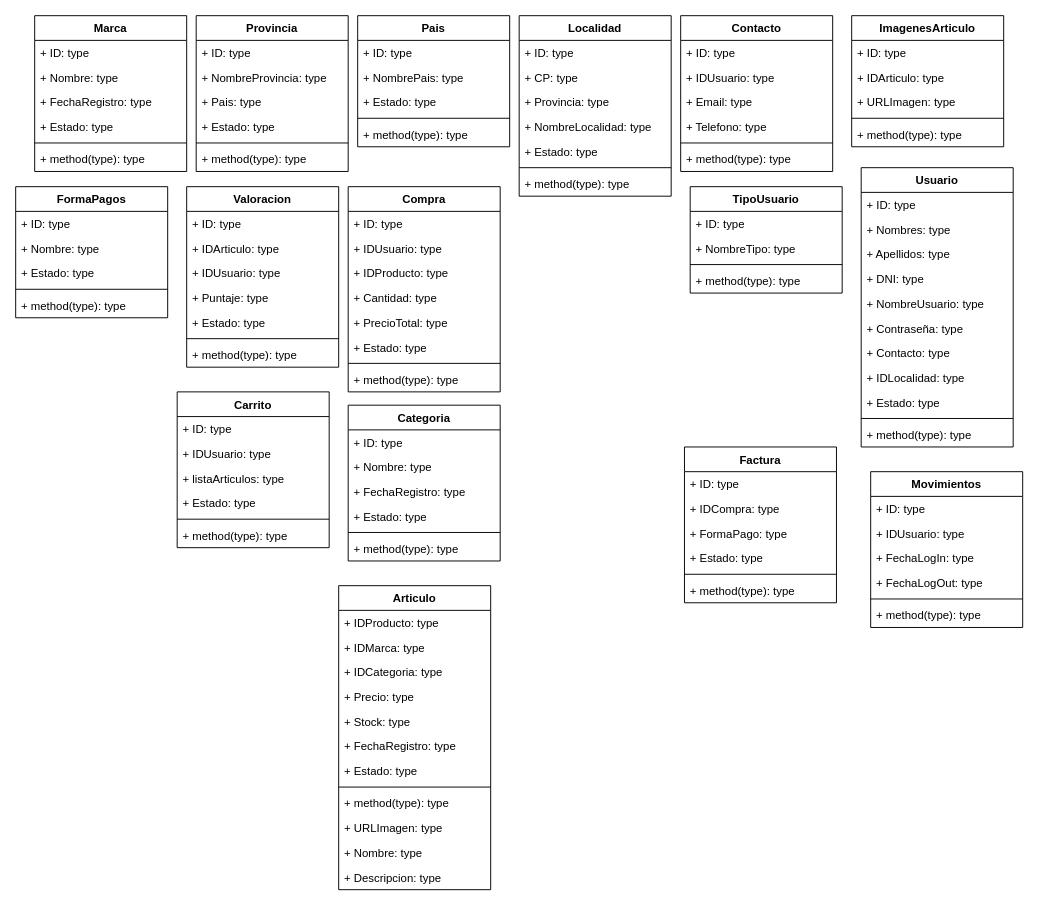
Above: UML_Ecommerce_2022.drawio in lgomezcaballero/-Programacionlll_Ecommerce (draw.io), before the change. Source tidied: cells renumbered, new cells numbered last; positions are measured from the earlier drawing's top-left corner, leaving out a move shared by most shapes. Both pictures are drawn from the tidied source at 95%, with x=0, y=0 at pixel (15, 15).
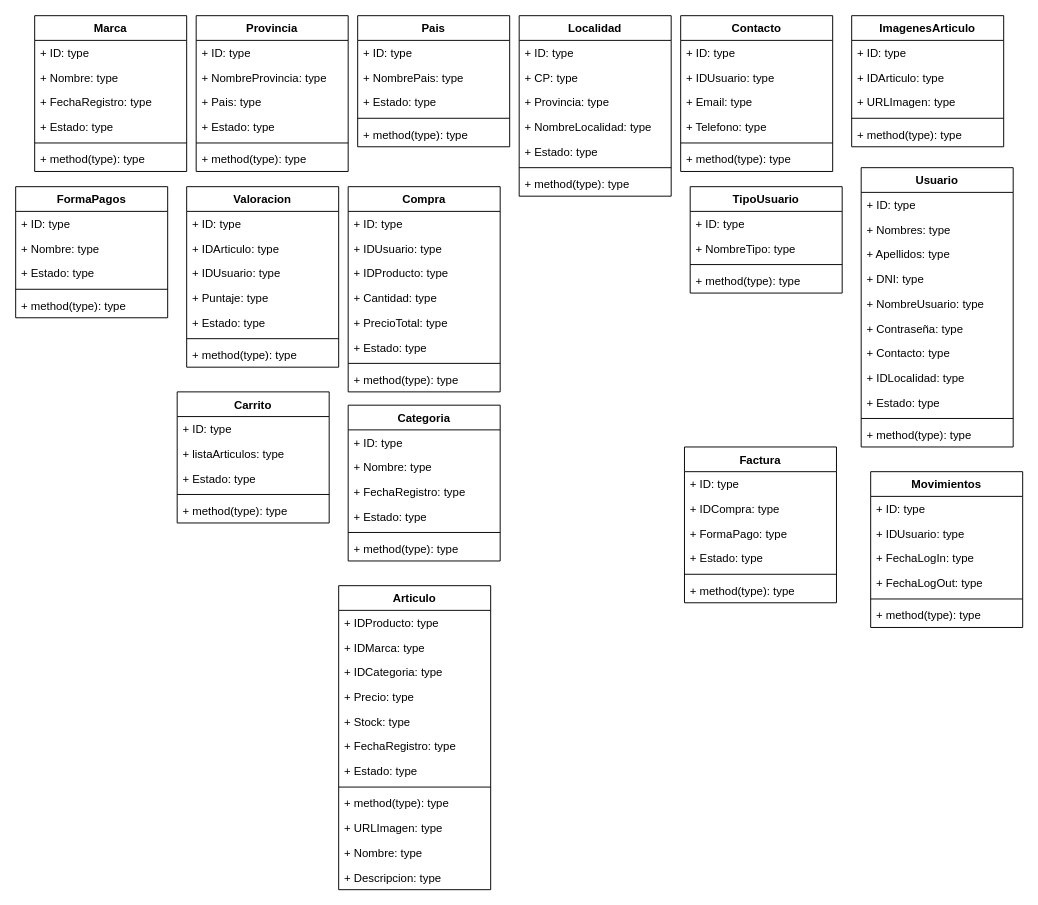
The same diagram, later.

Change to the diagram source:
```diff
@@
     <mxCell id="29" value="Carrito" style="swimlane;fontStyle=1;align=center;verticalAlign=top;horizontal=1;startSize=26;" parent="1" vertex="1">
-      <mxGeometry x="170" y="396" width="160" height="164" as="geometry" />
+      <mxGeometry x="170" y="396" width="160" height="138" as="geometry" />
     </mxCell>
@@
-    <mxCell id="31" value="+ IDUsuario: type" style="text;strokeColor=none;fillColor=none;align=left;verticalAlign=top;spacingLeft=4;spacingRight=4;overflow=hidden;" parent="29" vertex="1">
-      <mxGeometry y="52" width="160" height="26" as="geometry" />
-    </mxCell>
     <mxCell id="32" value="+ listaArticulos: type" style="text;strokeColor=none;fillColor=none;align=left;verticalAlign=top;spacingLeft=4;spacingRight=4;overflow=hidden;" parent="29" vertex="1">
-      <mxGeometry y="78" width="160" height="26" as="geometry" />
+      <mxGeometry y="52" width="160" height="26" as="geometry" />
     </mxCell>
     <mxCell id="33" value="+ Estado: type" style="text;strokeColor=none;fillColor=none;align=left;verticalAlign=top;spacingLeft=4;spacingRight=4;overflow=hidden;" parent="29" vertex="1">
-      <mxGeometry y="104" width="160" height="26" as="geometry" />
+      <mxGeometry y="78" width="160" height="26" as="geometry" />
     </mxCell>
     <mxCell id="34" style="line;strokeWidth=1;fillColor=none;align=left;verticalAlign=middle;spacingTop=-1;spacingLeft=3;spacingRight=3;labelPosition=right;" parent="29" vertex="1">
-      <mxGeometry y="130" width="160" height="8" as="geometry" />
+      <mxGeometry y="104" width="160" height="8" as="geometry" />
     </mxCell>
     <mxCell id="35" value="+ method(type): type" style="text;strokeColor=none;fillColor=none;align=left;verticalAlign=top;spacingLeft=4;spacingRight=4;overflow=hidden;" parent="29" vertex="1">
-      <mxGeometry y="138" width="160" height="26" as="geometry" />
+      <mxGeometry y="112" width="160" height="26" as="geometry" />
     </mxCell>
```
